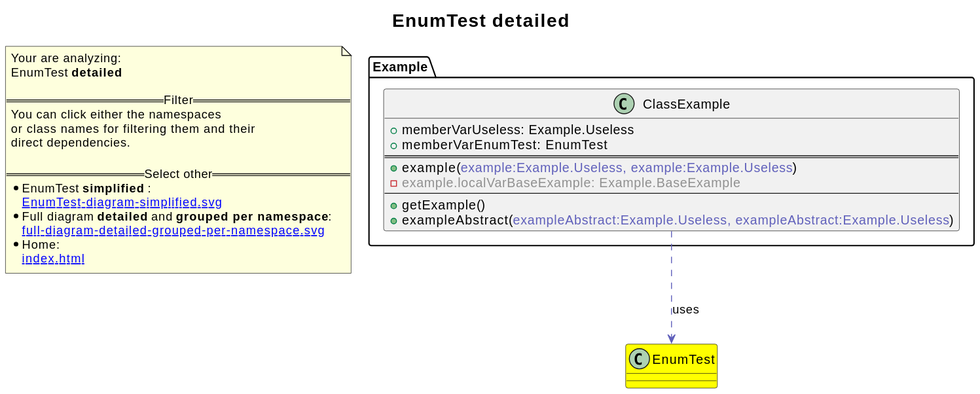
Before: revenger-java-adapter.out/EnumTest-diagram-detailed.svg, a diagram exported from PlantUML (2BlackCoffees/revenger). The source it was exported from:
```plantuml
@startuml
title <size:20>EnumTest **detailed** </size>
note "Your are analyzing:\nEnumTest **detailed** \n\n==Filter==\nYou can click either the namespaces \nor class names for filtering them and their\ndirect dependencies.\n\n==Select other==\n* EnumTest **simplified** :\n   [[EnumTest-diagram-simplified.svg]]\n* Full diagram **detailed** and **grouped per namespace**:\n   [[full-diagram-detailed-grouped-per-namespace.svg]]\n* Home:\n   [[index.html]]" as FloatingNote
class EnumTest [[EnumTest-diagram-detailed.svg]] #yellow {
}
class Example.ClassExample [[Example.ClassExample-diagram-detailed.svg]]  {
  + memberVarUseless: Example.Useless
  + memberVarEnumTest: EnumTest
==
  + example(<font color="6060BB">example:Example.Useless, example:Example.Useless</font>)
  - <font color="909090">example.localVarBaseExample: Example.BaseExample</font>
--
  + getExample(<font color="6060BB"></font>)
  + exampleAbstract(<font color="6060BB">exampleAbstract:Example.Useless, exampleAbstract:Example.Useless</font>)
}
Example.ClassExample .[#6060BB].> EnumTest  : uses
@enduml
```
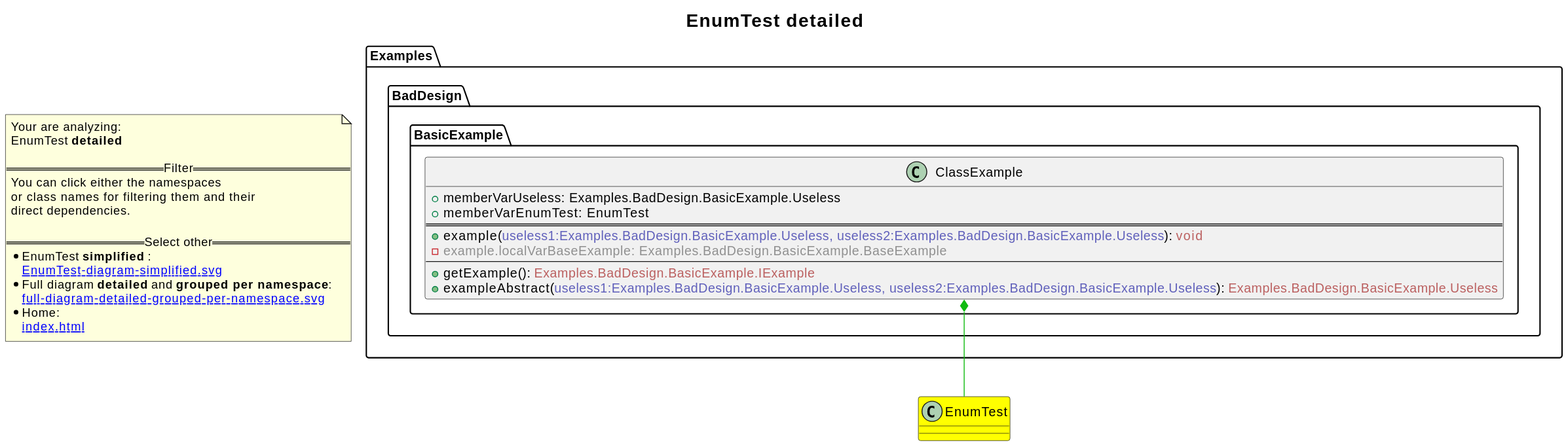
Later version of the same file.

Change to the diagram source:
```diff
@@ -1,17 +1,18 @@
 @startuml
+skinparam linetype ortho
 title <size:20>EnumTest **detailed** </size>
 note "Your are analyzing:\nEnumTest **detailed** \n\n==Filter==\nYou can click either the namespaces \nor class names for filtering them and their\ndirect dependencies.\n\n==Select other==\n* EnumTest **simplified** :\n   [[EnumTest-diagram-simplified.svg]]\n* Full diagram **detailed** and **grouped per namespace**:\n   [[full-diagram-detailed-grouped-per-namespace.svg]]\n* Home:\n   [[index.html]]" as FloatingNote
 class EnumTest [[EnumTest-diagram-detailed.svg]] #yellow {
 }
-class Example.ClassExample [[Example.ClassExample-diagram-detailed.svg]]  {
-  + memberVarUseless: Example.Useless
-  + memberVarEnumTest: EnumTest
+    class Examples.BadDesign.BasicExample.ClassExample [[Examples.BadDesign.BasicExample.ClassExample-diagram-detailed.svg]]  {
+      + memberVarUseless: Examples.BadDesign.BasicExample.Useless
+      + memberVarEnumTest: EnumTest
 ==
-  + example(<font color="6060BB">example:Example.Useless, example:Example.Useless</font>)
-  - <font color="909090">example.localVarBaseExample: Example.BaseExample</font>
+      + example(<font color="6060BB">useless1:Examples.BadDesign.BasicExample.Useless, useless2:Examples.BadDesign.BasicExample.Useless</font>): <font color="BB6060">void</font>
+      - <font color="909090">example.localVarBaseExample: Examples.BadDesign.BasicExample.BaseExample</font>
 --
-  + getExample(<font color="6060BB"></font>)
-  + exampleAbstract(<font color="6060BB">exampleAbstract:Example.Useless, exampleAbstract:Example.Useless</font>)
-}
-Example.ClassExample .[#6060BB].> EnumTest  : uses
+      + getExample(<font color="6060BB"></font>): <font color="BB6060">Examples.BadDesign.BasicExample.IExample</font>
+      + exampleAbstract(<font color="6060BB">useless1:Examples.BadDesign.BasicExample.Useless, useless2:Examples.BadDesign.BasicExample.Useless</font>): <font color="BB6060">Examples.BadDesign.BasicExample.Useless</font>
+    }
+Examples.BadDesign.BasicExample.ClassExample *-[#10BB10]- EnumTest
 @enduml
```
